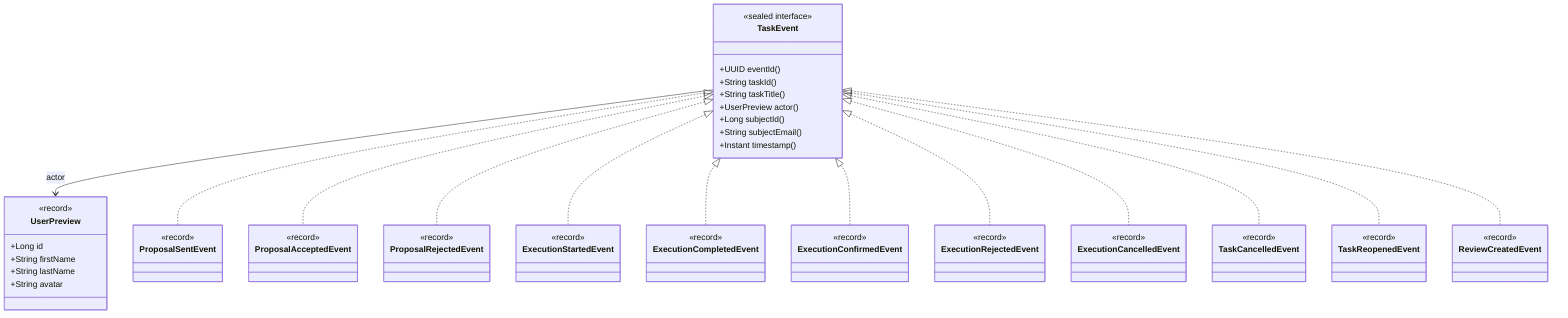
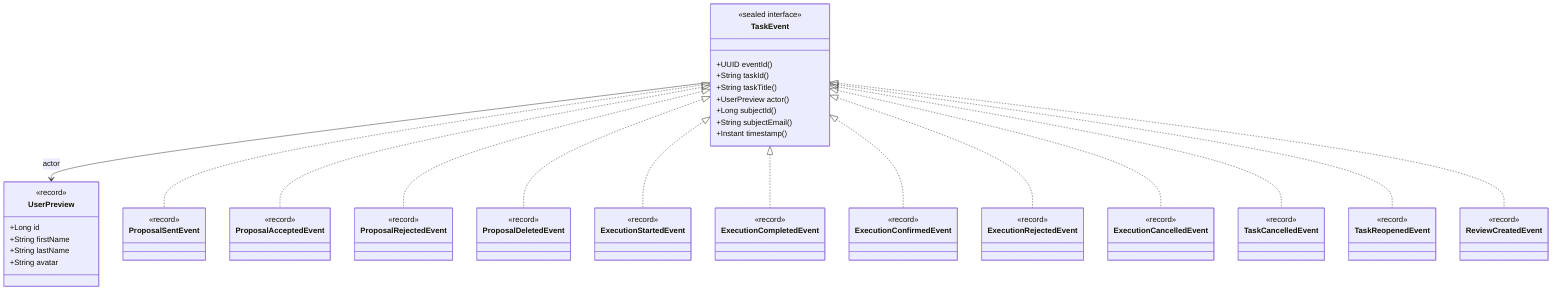
classDiagram
    class TaskEvent {
        <<sealed interface>>
        +UUID eventId()
        +String taskId()
        +String taskTitle()
        +UserPreview actor()
        +Long subjectId()
        +String subjectEmail()
        +Instant timestamp()
    }

    class UserPreview {
        <<record>>
        +Long id
        +String firstName
        +String lastName
        +String avatar
    }

    TaskEvent --> UserPreview : actor

    class ProposalSentEvent {
        <<record>>
    }
    class ProposalAcceptedEvent {
        <<record>>
    }
    class ProposalRejectedEvent {
        <<record>>
    }
+     class ProposalDeletedEvent {
+         <<record>>
+     }
    class ExecutionStartedEvent {
        <<record>>
    }
    class ExecutionCompletedEvent {
        <<record>>
    }
    class ExecutionConfirmedEvent {
        <<record>>
    }
    class ExecutionRejectedEvent {
        <<record>>
    }
    class ExecutionCancelledEvent {
        <<record>>
    }
    class TaskCancelledEvent {
        <<record>>
    }
    class TaskReopenedEvent {
        <<record>>
    }
    class ReviewCreatedEvent {
        <<record>>
    }

    TaskEvent <|.. ProposalSentEvent
    TaskEvent <|.. ProposalAcceptedEvent
    TaskEvent <|.. ProposalRejectedEvent
+     TaskEvent <|.. ProposalDeletedEvent
    TaskEvent <|.. ExecutionStartedEvent
    TaskEvent <|.. ExecutionCompletedEvent
    TaskEvent <|.. ExecutionConfirmedEvent
    TaskEvent <|.. ExecutionRejectedEvent
    TaskEvent <|.. ExecutionCancelledEvent
    TaskEvent <|.. TaskCancelledEvent
    TaskEvent <|.. TaskReopenedEvent
    TaskEvent <|.. ReviewCreatedEvent
